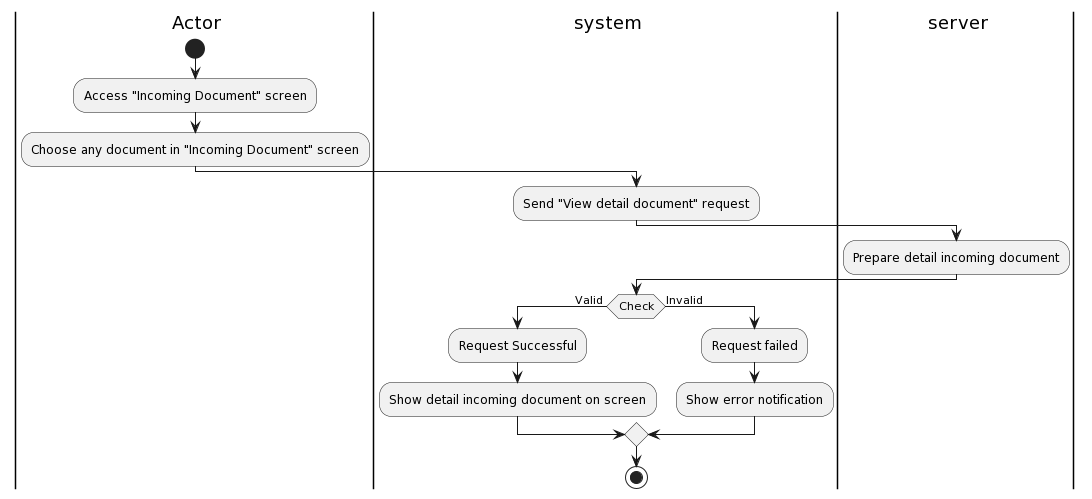
Above: Lab1/Lab1.2/Activity Diagram/IncomingDocument/ViewIncomingDocumentdetail/ViewIncomingDocumentdetail.png in khoapham1003/SE357-Pratice-class (PlantUML), before the change.
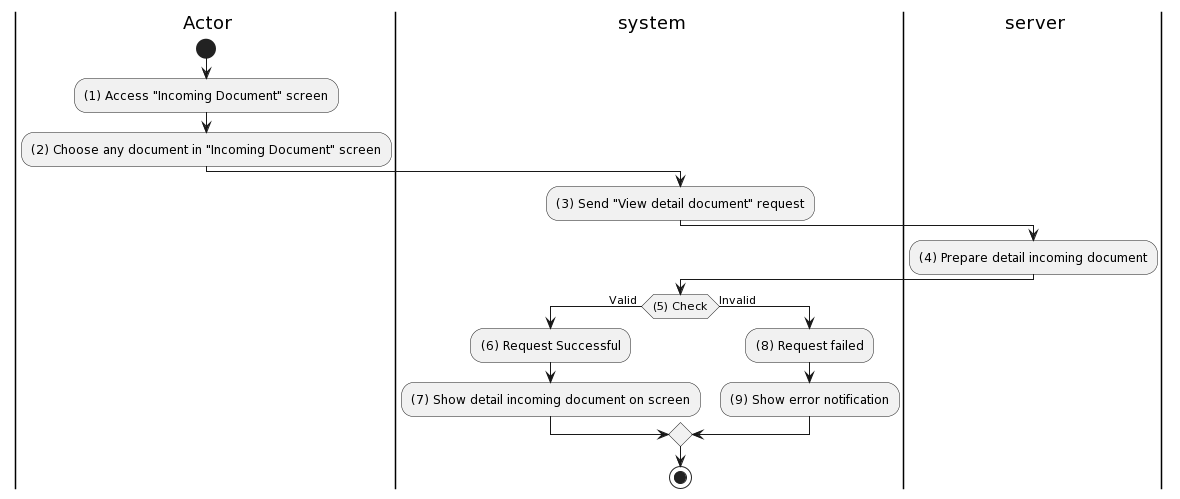
After the commit.

Change to the diagram source:
```diff
@@ -4,20 +4,20 @@
 |ser| server
 |a|
 start
-:Access "Incoming Document" screen;
-:Choose any document in "Incoming Document" screen;
+:(1) Access "Incoming Document" screen;
+:(2) Choose any document in "Incoming Document" screen;
 |sys|
-:Send "View detail document" request;
+:(3) Send "View detail document" request;
 |ser|
-:Prepare detail incoming document;
+:(4) Prepare detail incoming document;
 |sys|
-if(Check) then (Valid )
-:Request Successful;
-:Show detail incoming document on screen;
+if((5) Check) then (Valid )
+:(6) Request Successful;
+:(7) Show detail incoming document on screen;
 else (Invalid)
 |sys|
-:Request failed;
-:Show error notification;
+:(8) Request failed;
+:(9) Show error notification;
 
 
 endif
```
